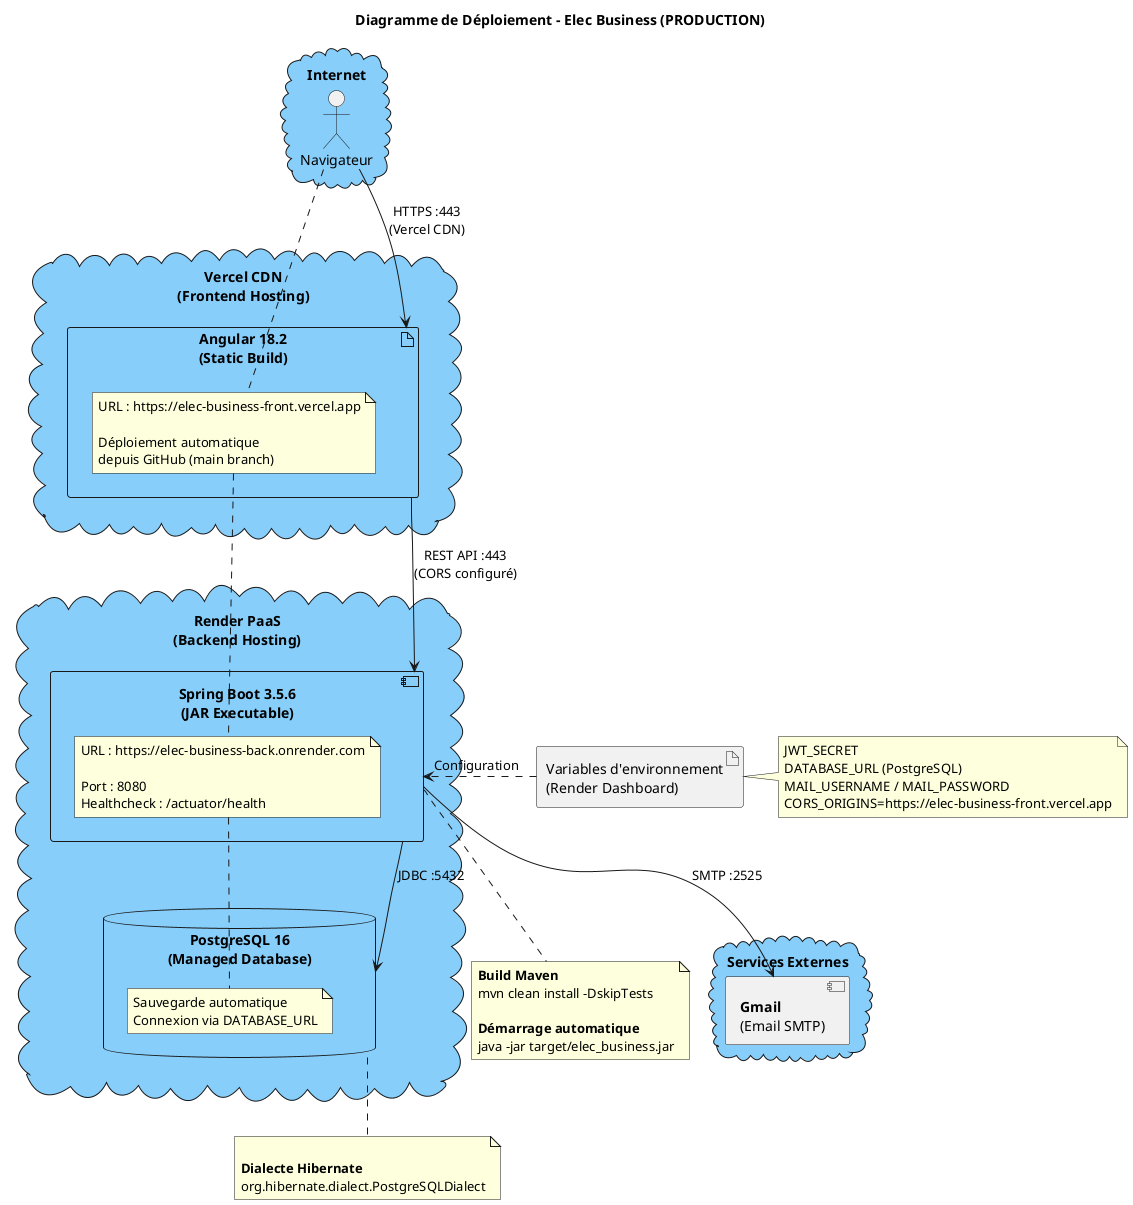
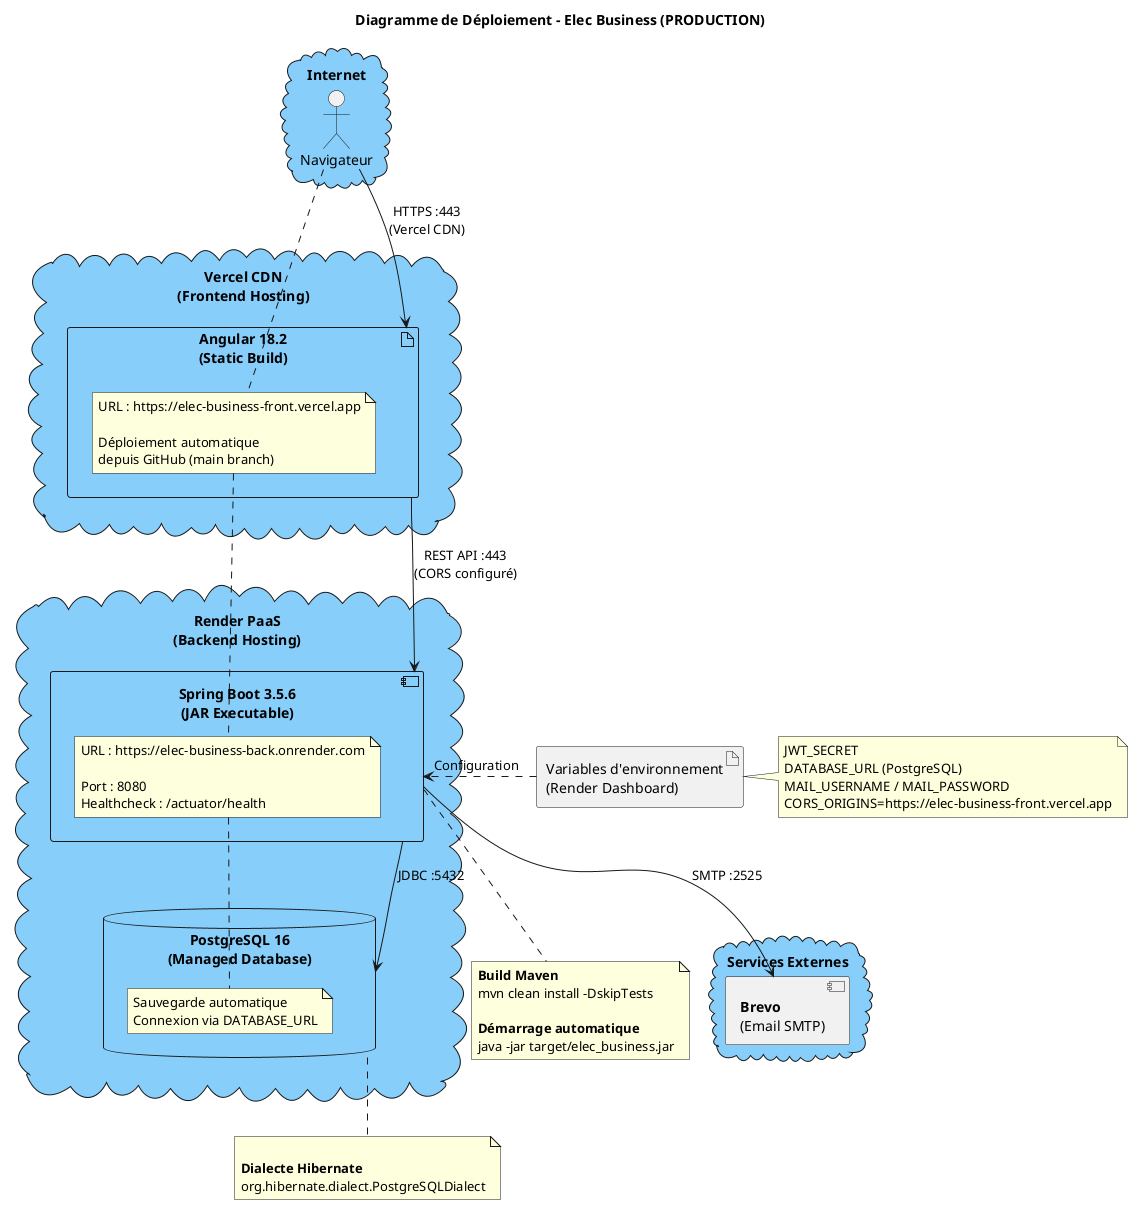
@startuml deployment_diagram_production

title Diagramme de Déploiement - Elec Business (PRODUCTION)

skinparam cloud {
    BackgroundColor LightSkyBlue
}

' ==============================================
' INTERNET
' ==============================================
cloud "Internet" {
    actor "Navigateur" as Browser
}

' ==============================================
' VERCEL CDN
' ==============================================
cloud "**Vercel CDN**\n(Frontend Hosting)" {
    artifact "**Angular 18.2**\n(Static Build)" as Angular {
        note right
          URL : https://elec-business-front.vercel.app

          Déploiement automatique
          depuis GitHub (main branch)
        end note
    }
}

' ==============================================
' RENDER PAAS
' ==============================================
cloud "**Render PaaS**\n(Backend Hosting)" {
    component "**Spring Boot 3.5.6**\n(JAR Executable)" as SpringBoot {
        note right
          URL : https://elec-business-back.onrender.com

          Port : 8080
          Healthcheck : /actuator/health
        end note
    }

    database "**PostgreSQL 16**\n(Managed Database)" as PostgreSQL {
        note right
          Sauvegarde automatique
          Connexion via DATABASE_URL
        end note
    }
}

' ==============================================
' SERVICES EXTERNES
' ==============================================
cloud "Services Externes" {
-     component "**Gmail**\n(Email SMTP)" as SMTP
+     component "**Brevo**\n(Email SMTP)" as SMTP
}

' ==============================================
' FLUX
' ==============================================
Browser --> Angular : HTTPS :443\n(Vercel CDN)
Angular --> SpringBoot : REST API :443\n(CORS configuré)
SpringBoot --> PostgreSQL : JDBC :5432
SpringBoot --> SMTP : SMTP :2525

' ==============================================
' CONFIGURATION
' ==============================================
artifact "Variables d'environnement\n(Render Dashboard)" as EnvVars

note right of EnvVars
  JWT_SECRET
  DATABASE_URL (PostgreSQL)
  MAIL_USERNAME / MAIL_PASSWORD
  CORS_ORIGINS=https://elec-business-front.vercel.app
end note

EnvVars .> SpringBoot : Configuration

' ==============================================
' NOTES TECHNIQUES
' ==============================================
note bottom of SpringBoot
  **Build Maven**
  mvn clean install -DskipTests

  **Démarrage automatique**
  java -jar target/elec_business.jar
end note

note bottom of PostgreSQL

  **Dialecte Hibernate**
  org.hibernate.dialect.PostgreSQLDialect
end note

@enduml